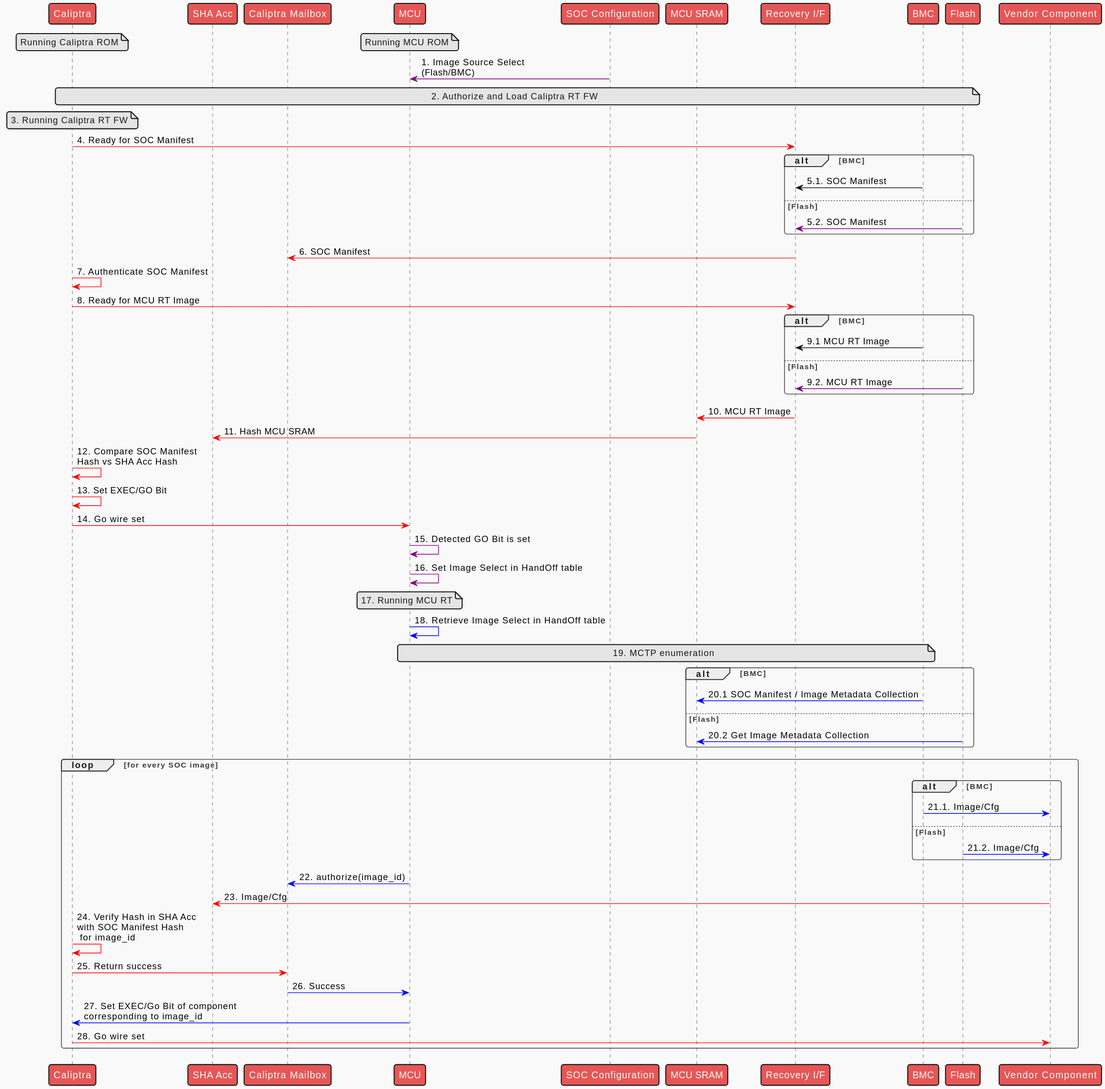
Earlier version of the PlantUML export docs/src/images/image_loading_sequence.svg (chipsalliance/caliptra-mcu-sw).
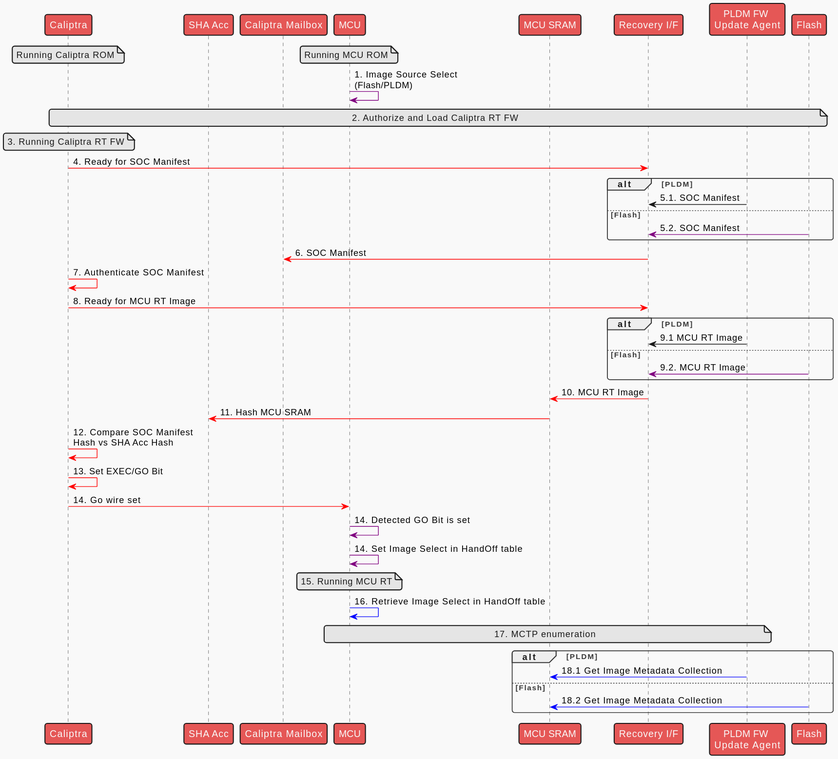
After the commit.

Diff of the diagram source:
```diff
@@ -4,23 +4,21 @@
 participant "SHA Acc" as SHA
 participant "Caliptra Mailbox" as Mailbox
 participant "MCU" as MCU
-participant "SOC Configuration" as Config
 participant "MCU SRAM" as MCU_SRAM
 participant "Recovery I/F" as Recovery
-participant "BMC" as BMC
+participant "PLDM FW \nUpdate Agent" as PLDM
 participant "Flash" as Flash
-participant "Vendor Component" as component
 
 note over Caliptra: Running Caliptra ROM
 / note over MCU: Running MCU ROM
 
-Config-[#purple]>MCU: 1. Image Source Select\n(Flash/BMC)
+MCU-[#purple]>MCU: 1. Image Source Select\n(Flash/PLDM)
 note over Caliptra,Flash: 2. Authorize and Load Caliptra RT FW
 note over Caliptra: 3. Running Caliptra RT FW
 
 Caliptra-[#red]>Recovery: 4. Ready for SOC Manifest
-alt BMC
-BMC->Recovery: 5.1. SOC Manifest
+alt PLDM
+PLDM->Recovery: 5.1. SOC Manifest
 else Flash
 Flash-[#purple]>Recovery: 5.2. SOC Manifest
 end
@@ -30,8 +28,8 @@
 Caliptra-[#red]>Caliptra: 7. Authenticate SOC Manifest
 
 Caliptra-[#red]>Recovery: 8. Ready for MCU RT Image
-alt BMC
-BMC->Recovery: 9.1 MCU RT Image
+alt PLDM
+PLDM->Recovery: 9.1 MCU RT Image
 else Flash
 Flash-[#purple]>Recovery: 9.2. MCU RT Image
 end
@@ -41,34 +39,16 @@
 Caliptra-[#red]>Caliptra: 12. Compare SOC Manifest \nHash vs SHA Acc Hash
 Caliptra-[#red]>Caliptra: 13. Set EXEC/GO Bit
 Caliptra-[#red]>MCU: 14. Go wire set
-MCU-[#purple]>MCU: 15. Detected GO Bit is set
-MCU-[#purple]>MCU: 16. Set Image Select in HandOff table
-note over MCU: 17. Running MCU RT
+MCU-[#purple]>MCU: 14. Detected GO Bit is set
+MCU-[#purple]>MCU: 14. Set Image Select in HandOff table
+note over MCU: 15. Running MCU RT
 
-MCU-[#blue]>MCU: 18. Retrieve Image Select in HandOff table
+MCU-[#blue]>MCU: 16. Retrieve Image Select in HandOff table
 
-note over MCU,BMC: 19. MCTP enumeration
-alt BMC
-BMC-[#blue]>MCU_SRAM: 20.1 SOC Manifest / Image Metadata Collection
+note over MCU,PLDM: 17. MCTP enumeration
+alt PLDM
+PLDM-[#blue]>MCU_SRAM: 18.1 Get Image Metadata Collection
 else Flash
-Flash-[#blue]>MCU_SRAM: 20.2 Get Image Metadata Collection
+Flash-[#blue]>MCU_SRAM: 18.2 Get Image Metadata Collection
 end
-
-
-loop for every SOC image
-alt BMC
-!pragma teoz true
-BMC-[#blue]>component: 21.1. Image/Cfg
-
-else Flash
-Flash-[#blue]>component: 21.2. Image/Cfg
-end
-MCU-[#blue]>Mailbox: 22. authorize(image_id)
-component-[#red]>SHA: 23. Image/Cfg
-Caliptra-[#red]>Caliptra: 24. Verify Hash in SHA Acc \nwith SOC Manifest Hash\n for image_id
-Caliptra-[#red]>Mailbox: 25. Return success
-Mailbox-[#blue]>MCU: 26. Success
-MCU-[#blue]>Caliptra: 27. Set EXEC/Go Bit of component\ncorresponding to image_id
-Caliptra-[#red]>component: 28. Go wire set
-end loop
 @enduml
```
